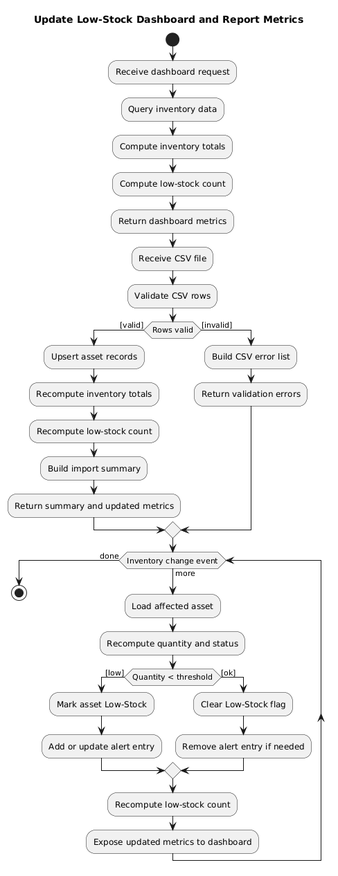
Farzaanw/Lab-Asset-Management-System keeps this PlantUML diagram as design/activity_diagrams/AD-20 Update Low-Stock Dashboard and Report Metrics.png. Above is the earlier version.
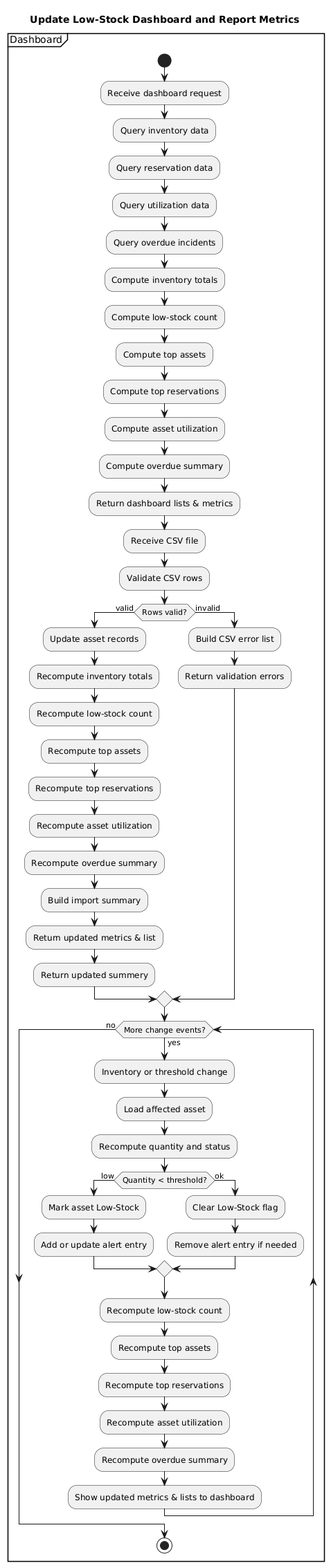
After the change.

Commit message:
New Diagram AD-20 Update Low-Stock Dashboard and Report Metrics

Change to the diagram source:
```diff
@@ -1,43 +1,63 @@
 @startuml
 title Update Low-Stock Dashboard and Report Metrics
 
-start
+partition Dashboard {
 
-:Receive dashboard request;
-:Query inventory data;
-:Compute inventory totals;
-:Compute low-stock count;
-:Return dashboard metrics;
+    start
 
-:Receive CSV file;
-:Validate CSV rows;
+    :Receive dashboard request;
+    :Query inventory data;
+    :Query reservation data;
+    :Query utilization data;
+    :Query overdue incidents;
+    :Compute inventory totals;
+    :Compute low-stock count;
+    :Compute top assets;
+    :Compute top reservations;
+    :Compute asset utilization;
+    :Compute overdue summary;
+    :Return dashboard lists & metrics;
 
-if (Rows valid) then ([valid])
-  :Upsert asset records;
-  :Recompute inventory totals;
-  :Recompute low-stock count;
-  :Build import summary;
-  :Return summary and updated metrics;
-else ([invalid])
-  :Build CSV error list;
-  :Return validation errors;
-endif
+    :Receive CSV file;
+    :Validate CSV rows;
 
-while (Inventory change event) is (more)
-  :Load affected asset;
-  :Recompute quantity and status;
+    if (Rows valid?) then (valid)
+      :Update asset records;
+      :Recompute inventory totals;
+      :Recompute low-stock count;
+      :Recompute top assets;
+      :Recompute top reservations;
+      :Recompute asset utilization;
+      :Recompute overdue summary;
+      :Build import summary;
+      :Return updated metrics & list;
+      :Return updated summery;
+    else (invalid)
+      :Build CSV error list;
+      :Return validation errors;
+    endif
 
-  if (Quantity < threshold) then ([low])
-    :Mark asset Low-Stock;
-    :Add or update alert entry;
-  else ([ok])
-    :Clear Low-Stock flag;
-    :Remove alert entry if needed;
-  endif
+    while (More change events?) is (yes)
+      :Inventory or threshold change;
+      :Load affected asset;
+      :Recompute quantity and status;
 
-  :Recompute low-stock count;
-  :Expose updated metrics to dashboard;
-endwhile (done)
+      if (Quantity < threshold?) then (low)
+        :Mark asset Low-Stock;
+        :Add or update alert entry;
+      else (ok)
+        :Clear Low-Stock flag;
+        :Remove alert entry if needed;
+      endif
 
-stop
+      :Recompute low-stock count;
+      :Recompute top assets;
+      :Recompute top reservations;
+      :Recompute asset utilization;
+      :Recompute overdue summary;
+      :Show updated metrics & lists to dashboard;
+    endwhile (no)
+
+    stop
+}
 @enduml
```
